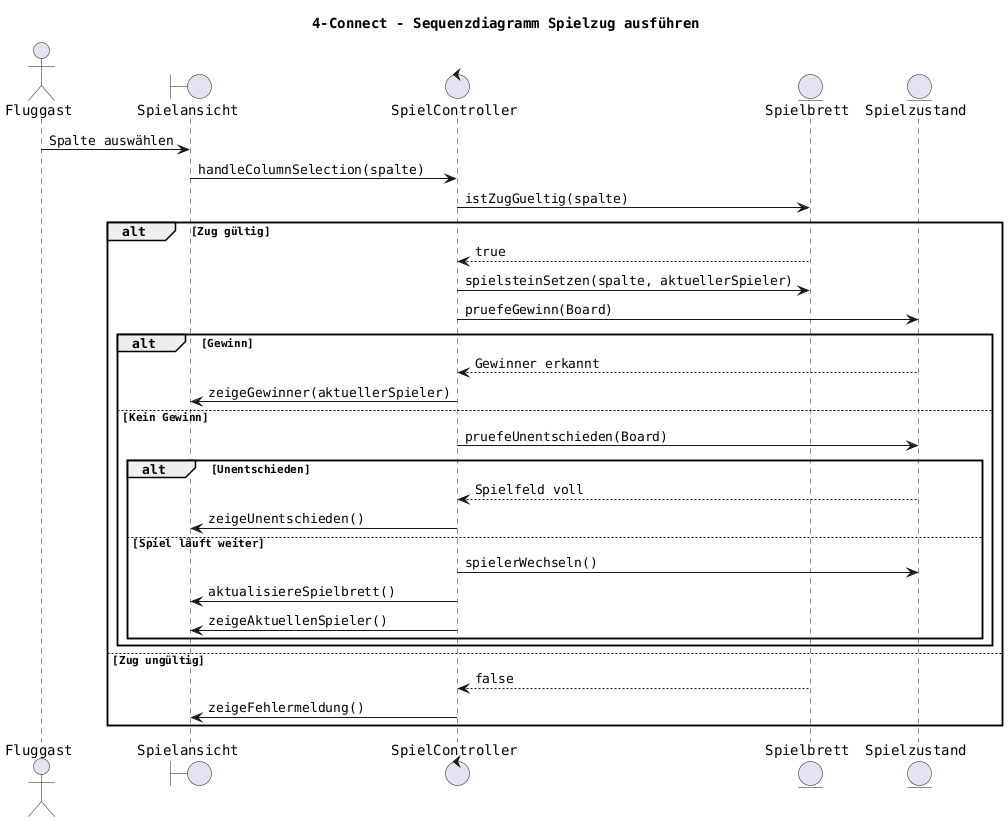
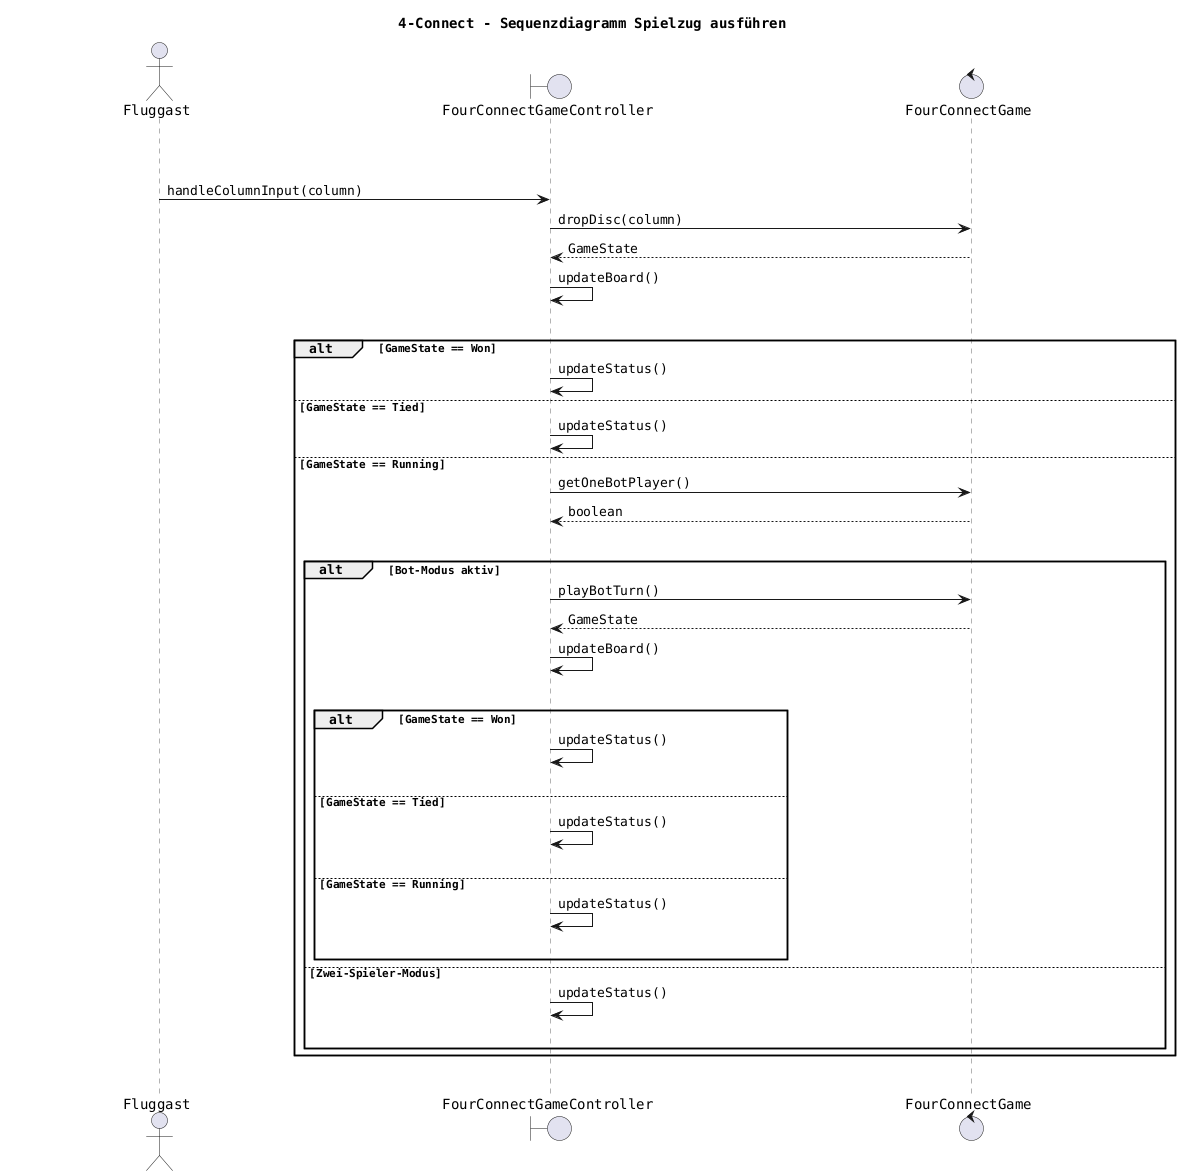
@startuml
title 4-Connect – Sequenzdiagramm Spielzug ausführen

skinparam defaultFontName Monospaced
skinparam ParticipantPadding 80
skinparam BoxPadding 50

- actor "Fluggast" as Fluggast
- boundary "Spielansicht" as View
- control "SpielController" as Controller
- entity "Spielbrett" as Board
- entity "Spielzustand" as State
+ skinparam SequenceLifeLineBorderColor #666666
+ skinparam SequenceLifeLineBackgroundColor transparent
+ skinparam SequenceArrowThickness 1

- Fluggast -> View : Spalte auswählen
- View -> Controller : handleColumnSelection(spalte)
- Controller -> Board : istZugGueltig(spalte)
+ skinparam ResponseMessageBelowArrow true

- alt Zug gültig
-   Board --> Controller : true
-   Controller -> Board : spielsteinSetzen(spalte, aktuellerSpieler)
-   Controller -> State : pruefeGewinn(Board)
+ actor "              Fluggast              " as Fluggast
+ |||
+ boundary "              FourConnectGameController              " as Controller
+ |||
+ control "              FourConnectGame              " as Game

-   alt Gewinn
-     State --> Controller : Gewinner erkannt
-     Controller -> View : zeigeGewinner(aktuellerSpieler)
-   else Kein Gewinn
-     Controller -> State : pruefeUnentschieden(Board)

-     alt Unentschieden
-       State --> Controller : Spielfeld voll
-       Controller -> View : zeigeUnentschieden()
-     else Spiel läuft weiter
-       Controller -> State : spielerWechseln()
-       Controller -> View : aktualisiereSpielbrett()
-       Controller -> View : zeigeAktuellenSpieler()
+ Fluggast -> Controller : handleColumnInput(column)
+ 
+ Controller -> Game : dropDisc(column)
+ Game --> Controller : GameState
+ 
+ Controller -> Controller : updateBoard()
+ |||
+ 
+ alt GameState == Won
+   Controller -> Controller : updateStatus()
+ else GameState == Tied
+   Controller -> Controller : updateStatus()
+ else GameState == Running
+   Controller -> Game : getOneBotPlayer()
+   Game --> Controller : boolean
+   |||
+ 
+   alt Bot-Modus aktiv
+     Controller -> Game : playBotTurn()
+     Game --> Controller : GameState
+ 
+     Controller -> Controller : updateBoard()
+     |||
+ 
+     alt GameState == Won
+       Controller -> Controller : updateStatus()
+       |||
+     else GameState == Tied
+       Controller -> Controller : updateStatus()
+       |||
+     else GameState == Running
+       Controller -> Controller : updateStatus()
+       |||
    end
+ 
+   else Zwei-Spieler-Modus
+     Controller -> Controller : updateStatus()
+     |||
  end
+ end
+ |||

- else Zug ungültig
-   Board --> Controller : false
-   Controller -> View : zeigeFehlermeldung()
- end

- @enduml+ @enduml
